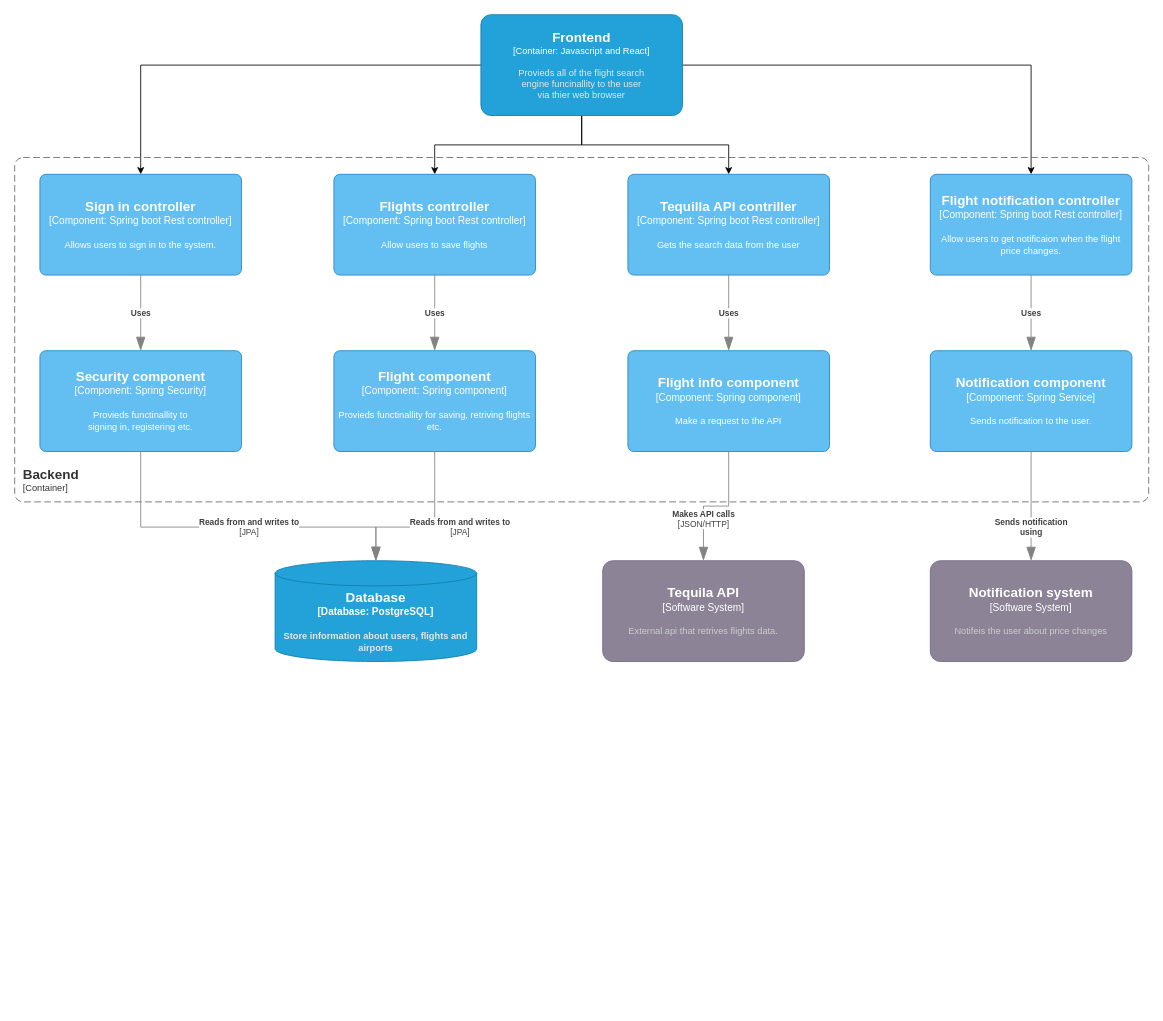
nur1210/flight_search_engine keeps this draw.io diagram as page "C3" (3 of 4) of C4.drawio. Above is the earlier version. Source tidied: cells renumbered, new cells numbered last; positions are measured from the earlier drawing's top-left corner, leaving out a move shared by most shapes. Both pictures are drawn from the tidied source at 84%, with x=0, y=0 at pixel (14, 14).
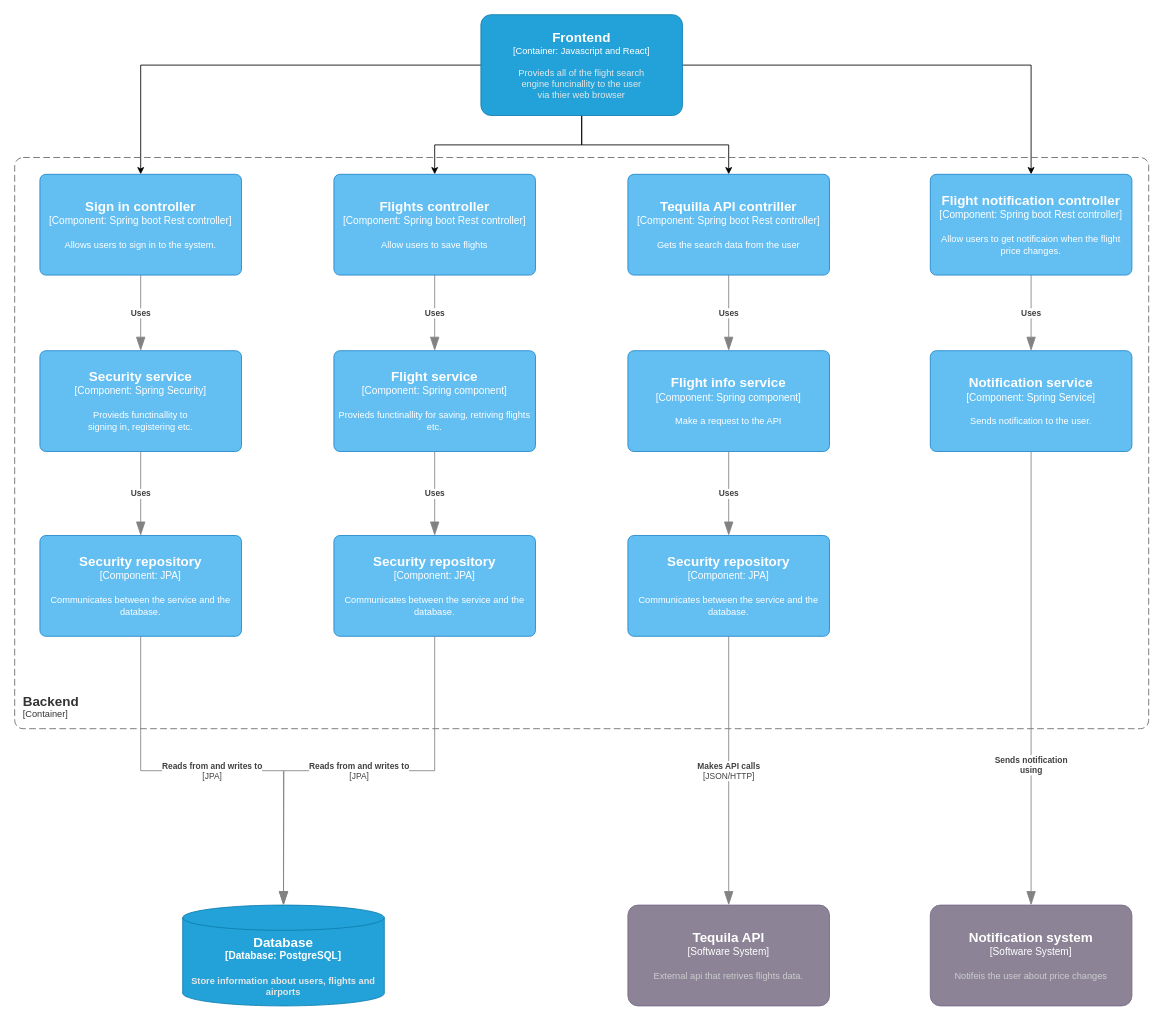
After the change.

What changed in the source:
```diff
@@
     <object id="7" label="&lt;font style=&quot;font-size: 16px&quot;&gt;&lt;b&gt;%c4Type%&lt;/font&gt;&lt;div&gt;[%c4Container%:&amp;nbsp;%c4Technology%]&lt;/div&gt;&lt;br&gt;&lt;div&gt;&lt;font style=&quot;font-size: 11px&quot;&gt;&lt;font color=&quot;#E6E6E6&quot;&gt;%c4Description%&lt;/font&gt;&lt;/div&gt;" c4Container="Database" c4Description="Store information about users, flights and airports" c4Technology="PostgreSQL" c4Type="Database" placeholders="1">
       <mxCell style="shape=cylinder3;size=15;whiteSpace=wrap;html=1;boundedLbl=1;rounded=0;labelBackgroundColor=none;fillColor=#23A2D9;fontSize=12;fontColor=#ffffff;align=center;strokeColor=#0E7DAD;points=[[0.5,0,0],[1,0.25,0],[1,0.5,0],[1,0.75,0],[0.5,1,0],[0,0.75,0],[0,0.5,0],[0,0.25,0]];" parent="1" vertex="1">
-        <mxGeometry x="310" y="650" width="240" height="120" as="geometry" />
+        <mxGeometry x="200" y="1060" width="240" height="120" as="geometry" />
       </mxCell>
     </object>
     <object id="8" label="&lt;font style=&quot;font-size: 16px&quot;&gt;&lt;b&gt;%c4Name%&lt;/b&gt;&lt;/font&gt;&lt;div&gt;[%c4Type%]&lt;/div&gt;&lt;br&gt;&lt;div&gt;&lt;font style=&quot;font-size: 11px&quot;&gt;&lt;font color=&quot;#cccccc&quot;&gt;%c4Description%&lt;/font&gt;&lt;/div&gt;" c4Description="External api that retrives flights data." c4Name="Tequila API" c4Type="Software System" placeholders="1">
       <mxCell style="rounded=1;whiteSpace=wrap;html=1;labelBackgroundColor=none;fillColor=#8C8496;fontColor=#ffffff;align=center;arcSize=10;strokeColor=#736782;points=[[0.25,0,0],[0.5,0,0],[0.75,0,0],[1,0.25,0],[1,0.5,0],[1,0.75,0],[0.75,1,0],[0.5,1,0],[0.25,1,0],[0,0.75,0],[0,0.5,0],[0,0.25,0]];" parent="1" vertex="1">
-        <mxGeometry x="700" y="650" width="240" height="120" as="geometry" />
+        <mxGeometry x="730" y="1060" width="240" height="120" as="geometry" />
       </mxCell>
     </object>
     <object id="9" label="&lt;font style=&quot;font-size: 16px&quot;&gt;&lt;b&gt;%c4Name%&lt;/b&gt;&lt;/font&gt;&lt;div&gt;[%c4Type%]&lt;/div&gt;&lt;br&gt;&lt;div&gt;&lt;font style=&quot;font-size: 11px&quot;&gt;&lt;font color=&quot;#cccccc&quot;&gt;%c4Description%&lt;/font&gt;&lt;/div&gt;" c4Description="Notifeis the user about price changes" c4Name="Notification system" c4Type="Software System" placeholders="1">
       <mxCell style="rounded=1;whiteSpace=wrap;html=1;labelBackgroundColor=none;fillColor=#8C8496;fontColor=#ffffff;align=center;arcSize=10;strokeColor=#736782;points=[[0.25,0,0],[0.5,0,0],[0.75,0,0],[1,0.25,0],[1,0.5,0],[1,0.75,0],[0.75,1,0],[0.5,1,0],[0.25,1,0],[0,0.75,0],[0,0.5,0],[0,0.25,0]];" parent="1" vertex="1">
-        <mxGeometry x="1090" y="650" width="240" height="120" as="geometry" />
+        <mxGeometry x="1090" y="1060" width="240" height="120" as="geometry" />
       </mxCell>
     </object>
@@
-    <object id="11" label="&lt;font style=&quot;font-size: 16px&quot;&gt;&lt;b&gt;%c4Name%&lt;/b&gt;&lt;/font&gt;&lt;div&gt;[%c4Type%: %c4Technology%]&lt;/div&gt;&lt;br&gt;&lt;div&gt;&lt;font style=&quot;font-size: 11px&quot;&gt;%c4Description%&lt;/font&gt;&lt;/div&gt;" c4Description="Provieds functinallity to &#10;signing in, registering etc." c4Name="Security component" c4Technology="Spring Security" c4Type="Component" placeholders="1">
+    <object id="11" label="&lt;font style=&quot;font-size: 16px&quot;&gt;&lt;b&gt;%c4Name%&lt;/b&gt;&lt;/font&gt;&lt;div&gt;[%c4Type%: %c4Technology%]&lt;/div&gt;&lt;br&gt;&lt;div&gt;&lt;font style=&quot;font-size: 11px&quot;&gt;%c4Description%&lt;/font&gt;&lt;/div&gt;" c4Description="Provieds functinallity to &#10;signing in, registering etc." c4Name="Security service" c4Technology="Spring Security" c4Type="Component" placeholders="1">
       <mxCell style="rounded=1;whiteSpace=wrap;html=1;labelBackgroundColor=none;fillColor=#63BEF2;fontColor=#ffffff;align=center;arcSize=6;strokeColor=#2086C9;points=[[0.25,0,0],[0.5,0,0],[0.75,0,0],[1,0.25,0],[1,0.5,0],[1,0.75,0],[0.75,1,0],[0.5,1,0],[0.25,1,0],[0,0.75,0],[0,0.5,0],[0,0.25,0]];" parent="1" vertex="1">
         <mxGeometry x="30" y="400" width="240" height="120" as="geometry" />
       </mxCell>
     </object>
-    <object id="12" label="&lt;font style=&quot;font-size: 16px&quot;&gt;&lt;b&gt;%c4Name%&lt;/b&gt;&lt;/font&gt;&lt;div&gt;[%c4Type%: %c4Technology%]&lt;/div&gt;&lt;br&gt;&lt;div&gt;&lt;font style=&quot;font-size: 11px&quot;&gt;%c4Description%&lt;/font&gt;&lt;/div&gt;" c4Description="Make a request to the API" c4Name="Flight info component" c4Technology="Spring component" c4Type="Component" placeholders="1">
+    <object id="12" label="&lt;font style=&quot;font-size: 16px&quot;&gt;&lt;b&gt;%c4Name%&lt;/b&gt;&lt;/font&gt;&lt;div&gt;[%c4Type%: %c4Technology%]&lt;/div&gt;&lt;br&gt;&lt;div&gt;&lt;font style=&quot;font-size: 11px&quot;&gt;%c4Description%&lt;/font&gt;&lt;/div&gt;" c4Description="Make a request to the API" c4Name="Flight info service" c4Technology="Spring component" c4Type="Component" placeholders="1">
       <mxCell style="rounded=1;whiteSpace=wrap;html=1;labelBackgroundColor=none;fillColor=#63BEF2;fontColor=#ffffff;align=center;arcSize=6;strokeColor=#2086C9;points=[[0.25,0,0],[0.5,0,0],[0.75,0,0],[1,0.25,0],[1,0.5,0],[1,0.75,0],[0.75,1,0],[0.5,1,0],[0.25,1,0],[0,0.75,0],[0,0.5,0],[0,0.25,0]];" parent="1" vertex="1">
         <mxGeometry x="730" y="400" width="240" height="120" as="geometry" />
       </mxCell>
     </object>
@@
-    <object id="15" label="&lt;font style=&quot;font-size: 16px&quot;&gt;&lt;b&gt;%c4Name%&lt;/b&gt;&lt;/font&gt;&lt;div&gt;[%c4Type%: %c4Technology%]&lt;/div&gt;&lt;br&gt;&lt;div&gt;&lt;font style=&quot;font-size: 11px&quot;&gt;%c4Description%&lt;/font&gt;&lt;/div&gt;" c4Description="Sends notification to the user. " c4Name="Notification component" c4Technology="Spring Service" c4Type="Component" placeholders="1">
+    <object id="15" label="&lt;font style=&quot;font-size: 16px&quot;&gt;&lt;b&gt;%c4Name%&lt;/b&gt;&lt;/font&gt;&lt;div&gt;[%c4Type%: %c4Technology%]&lt;/div&gt;&lt;br&gt;&lt;div&gt;&lt;font style=&quot;font-size: 11px&quot;&gt;%c4Description%&lt;/font&gt;&lt;/div&gt;" c4Description="Sends notification to the user. " c4Name="Notification service" c4Technology="Spring Service" c4Type="Component" placeholders="1">
       <mxCell style="rounded=1;whiteSpace=wrap;html=1;labelBackgroundColor=none;fillColor=#63BEF2;fontColor=#ffffff;align=center;arcSize=6;strokeColor=#2086C9;points=[[0.25,0,0],[0.5,0,0],[0.75,0,0],[1,0.25,0],[1,0.5,0],[1,0.75,0],[0.75,1,0],[0.5,1,0],[0.25,1,0],[0,0.75,0],[0,0.5,0],[0,0.25,0]];" parent="1" vertex="1">
         <mxGeometry x="1090" y="400" width="240" height="120" as="geometry" />
       </mxCell>
     </object>
     <object id="16" label="&lt;font style=&quot;font-size: 16px&quot;&gt;&lt;b&gt;&lt;div style=&quot;text-align: left&quot;&gt;%c4Name%&lt;/div&gt;&lt;/b&gt;&lt;/font&gt;&lt;div style=&quot;text-align: left&quot;&gt;[%c4Application%]&lt;/div&gt;" c4Application="Container" c4Name="Backend" placeholders="1">
       <mxCell style="rounded=1;fontSize=11;whiteSpace=wrap;html=1;dashed=1;arcSize=20;fillColor=none;strokeColor=#666666;fontColor=#333333;labelBackgroundColor=none;align=left;verticalAlign=bottom;labelBorderColor=none;spacingTop=0;spacing=10;dashPattern=8 4;perimeter=rectanglePerimeter;noLabel=0;labelPadding=0;absoluteArcSize=1;" parent="1" vertex="1">
-        <mxGeometry y="170" width="1350" height="410" as="geometry" />
+        <mxGeometry y="170" width="1350" height="680" as="geometry" />
       </mxCell>
     </object>
@@
-    <object id="20" label="&lt;div style=&quot;text-align: left&quot;&gt;&lt;div style=&quot;text-align: center&quot;&gt;&lt;b&gt;%c4Description%&lt;/b&gt;&lt;/div&gt;&lt;div style=&quot;text-align: center&quot;&gt;[%c4Technology%]&lt;/div&gt;&lt;/div&gt;" c4Description="Reads from and writes to" c4Technology="JPA" placeholders="1">
-      <mxCell style="endArrow=blockThin;html=1;fontSize=10;fontColor=#404040;strokeWidth=1;endFill=1;strokeColor=#828282;elbow=vertical;endSize=14;startSize=14;jumpStyle=arc;jumpSize=16;rounded=0;edgeStyle=orthogonalEdgeStyle;exitX=0.5;exitY=1;exitDx=0;exitDy=0;exitPerimeter=0;entryX=0.5;entryY=0;entryDx=0;entryDy=0;entryPerimeter=0;" parent="1" edge="1" source="11" target="7">
-        <mxGeometry x="0.07" relative="1" as="geometry">
-          <Array as="points">
-            <mxPoint x="150" y="610" />
-            <mxPoint x="430" y="610" />
-          </Array>
-        </mxGeometry>
-      </mxCell>
-    </object>
-    <object id="21" label="&lt;div style=&quot;text-align: left&quot;&gt;&lt;div style=&quot;text-align: center&quot;&gt;&lt;b&gt;%c4Description%&lt;/b&gt;&lt;/div&gt;&lt;div style=&quot;text-align: center&quot;&gt;[%c4Technology%]&lt;/div&gt;&lt;/div&gt;" c4Description="Makes API calls" c4Technology="JSON/HTTP" placeholders="1">
-      <mxCell style="endArrow=blockThin;html=1;fontSize=10;fontColor=#404040;strokeWidth=1;endFill=1;strokeColor=#828282;elbow=vertical;endSize=14;startSize=14;jumpStyle=arc;jumpSize=16;rounded=0;edgeStyle=orthogonalEdgeStyle;exitX=0.5;exitY=1;exitDx=0;exitDy=0;exitPerimeter=0;entryX=0.5;entryY=0;entryDx=0;entryDy=0;entryPerimeter=0;" parent="1" edge="1" source="12" target="8">
-        <mxGeometry x="0.38" relative="1" as="geometry" />
-      </mxCell>
-    </object>
@@
-    <object id="24" label="&lt;font style=&quot;font-size: 16px&quot;&gt;&lt;b&gt;%c4Name%&lt;/b&gt;&lt;/font&gt;&lt;div&gt;[%c4Type%: %c4Technology%]&lt;/div&gt;&lt;br&gt;&lt;div&gt;&lt;font style=&quot;font-size: 11px&quot;&gt;%c4Description%&lt;/font&gt;&lt;/div&gt;" c4Description="Provieds functinallity for saving, retriving flights etc." c4Name="Flight component" c4Technology="Spring component" c4Type="Component" placeholders="1">
+    <object id="24" label="&lt;font style=&quot;font-size: 16px&quot;&gt;&lt;b&gt;%c4Name%&lt;/b&gt;&lt;/font&gt;&lt;div&gt;[%c4Type%: %c4Technology%]&lt;/div&gt;&lt;br&gt;&lt;div&gt;&lt;font style=&quot;font-size: 11px&quot;&gt;%c4Description%&lt;/font&gt;&lt;/div&gt;" c4Description="Provieds functinallity for saving, retriving flights etc." c4Name="Flight service" c4Technology="Spring component" c4Type="Component" placeholders="1">
       <mxCell style="rounded=1;whiteSpace=wrap;html=1;labelBackgroundColor=none;fillColor=#63BEF2;fontColor=#ffffff;align=center;arcSize=6;strokeColor=#2086C9;points=[[0.25,0,0],[0.5,0,0],[0.75,0,0],[1,0.25,0],[1,0.5,0],[1,0.75,0],[0.75,1,0],[0.5,1,0],[0.25,1,0],[0,0.75,0],[0,0.5,0],[0,0.25,0]];" parent="1" vertex="1">
         <mxGeometry x="380" y="400" width="240" height="120" as="geometry" />
       </mxCell>
     </object>
-    <object id="25" label="&lt;div style=&quot;text-align: left&quot;&gt;&lt;div style=&quot;text-align: center&quot;&gt;&lt;b&gt;%c4Description%&lt;/b&gt;&lt;/div&gt;&lt;div style=&quot;text-align: center&quot;&gt;[%c4Technology%]&lt;/div&gt;&lt;/div&gt;" c4Description="Reads from and writes to" c4Technology="JPA" placeholders="1">
-      <mxCell style="endArrow=blockThin;html=1;fontSize=10;fontColor=#404040;strokeWidth=1;endFill=1;strokeColor=#828282;elbow=vertical;endSize=14;startSize=14;jumpStyle=arc;jumpSize=16;rounded=0;edgeStyle=orthogonalEdgeStyle;exitX=0.5;exitY=1;exitDx=0;exitDy=0;exitPerimeter=0;entryX=0.5;entryY=0;entryDx=0;entryDy=0;entryPerimeter=0;" parent="1" edge="1" source="24" target="7">
-        <mxGeometry x="-0.1" y="-30" relative="1" as="geometry">
-          <Array as="points">
-            <mxPoint x="500" y="610" />
-            <mxPoint x="430" y="610" />
-          </Array>
-          <mxPoint x="30" y="30" as="offset" />
-        </mxGeometry>
-      </mxCell>
-    </object>
@@
+    <object id="27" label="&lt;font style=&quot;font-size: 16px&quot;&gt;&lt;b&gt;%c4Name%&lt;/b&gt;&lt;/font&gt;&lt;div&gt;[%c4Type%: %c4Technology%]&lt;/div&gt;&lt;br&gt;&lt;div&gt;&lt;font style=&quot;font-size: 11px&quot;&gt;%c4Description%&lt;/font&gt;&lt;/div&gt;" c4Description="Communicates between the service and the database." c4Name="Security repository" c4Technology="JPA" c4Type="Component" placeholders="1">
+      <mxCell style="rounded=1;whiteSpace=wrap;html=1;labelBackgroundColor=none;fillColor=#63BEF2;fontColor=#ffffff;align=center;arcSize=6;strokeColor=#2086C9;points=[[0.25,0,0],[0.5,0,0],[0.75,0,0],[1,0.25,0],[1,0.5,0],[1,0.75,0],[0.75,1,0],[0.5,1,0],[0.25,1,0],[0,0.75,0],[0,0.5,0],[0,0.25,0]];" parent="1" vertex="1">
+        <mxGeometry x="30" y="620" width="240" height="120" as="geometry" />
+      </mxCell>
+    </object>
+    <object id="28" label="&lt;font style=&quot;font-size: 16px&quot;&gt;&lt;b&gt;%c4Name%&lt;/b&gt;&lt;/font&gt;&lt;div&gt;[%c4Type%: %c4Technology%]&lt;/div&gt;&lt;br&gt;&lt;div&gt;&lt;font style=&quot;font-size: 11px&quot;&gt;%c4Description%&lt;/font&gt;&lt;/div&gt;" c4Description="Communicates between the service and the database." c4Name="Security repository" c4Technology="JPA" c4Type="Component" placeholders="1">
+      <mxCell style="rounded=1;whiteSpace=wrap;html=1;labelBackgroundColor=none;fillColor=#63BEF2;fontColor=#ffffff;align=center;arcSize=6;strokeColor=#2086C9;points=[[0.25,0,0],[0.5,0,0],[0.75,0,0],[1,0.25,0],[1,0.5,0],[1,0.75,0],[0.75,1,0],[0.5,1,0],[0.25,1,0],[0,0.75,0],[0,0.5,0],[0,0.25,0]];" parent="1" vertex="1">
+        <mxGeometry x="380" y="620" width="240" height="120" as="geometry" />
+      </mxCell>
+    </object>
+    <object id="29" label="&lt;font style=&quot;font-size: 16px&quot;&gt;&lt;b&gt;%c4Name%&lt;/b&gt;&lt;/font&gt;&lt;div&gt;[%c4Type%: %c4Technology%]&lt;/div&gt;&lt;br&gt;&lt;div&gt;&lt;font style=&quot;font-size: 11px&quot;&gt;%c4Description%&lt;/font&gt;&lt;/div&gt;" c4Description="Communicates between the service and the database." c4Name="Security repository" c4Technology="JPA" c4Type="Component" placeholders="1">
+      <mxCell style="rounded=1;whiteSpace=wrap;html=1;labelBackgroundColor=none;fillColor=#63BEF2;fontColor=#ffffff;align=center;arcSize=6;strokeColor=#2086C9;points=[[0.25,0,0],[0.5,0,0],[0.75,0,0],[1,0.25,0],[1,0.5,0],[1,0.75,0],[0.75,1,0],[0.5,1,0],[0.25,1,0],[0,0.75,0],[0,0.5,0],[0,0.25,0]];" parent="1" vertex="1">
+        <mxGeometry x="730" y="620" width="240" height="120" as="geometry" />
+      </mxCell>
+    </object>
+    <object id="30" label="&lt;div style=&quot;text-align: left&quot;&gt;&lt;div style=&quot;text-align: center&quot;&gt;&lt;b&gt;%c4Description%&lt;/b&gt;&lt;/div&gt;" c4Description="Uses" placeholders="1">
+      <mxCell style="endArrow=blockThin;html=1;fontSize=10;fontColor=#404040;strokeWidth=1;endFill=1;strokeColor=#828282;elbow=vertical;endSize=14;startSize=14;jumpStyle=arc;jumpSize=16;rounded=0;edgeStyle=orthogonalEdgeStyle;exitX=0.5;exitY=1;exitDx=0;exitDy=0;exitPerimeter=0;entryX=0.5;entryY=0;entryDx=0;entryDy=0;entryPerimeter=0;" parent="1" edge="1" source="11" target="27">
+        <mxGeometry relative="1" as="geometry" />
+      </mxCell>
+    </object>
+    <object id="31" label="&lt;div style=&quot;text-align: left&quot;&gt;&lt;div style=&quot;text-align: center&quot;&gt;&lt;b&gt;%c4Description%&lt;/b&gt;&lt;/div&gt;" c4Description="Uses" placeholders="1">
+      <mxCell style="endArrow=blockThin;html=1;fontSize=10;fontColor=#404040;strokeWidth=1;endFill=1;strokeColor=#828282;elbow=vertical;endSize=14;startSize=14;jumpStyle=arc;jumpSize=16;rounded=0;edgeStyle=orthogonalEdgeStyle;exitX=0.5;exitY=1;exitDx=0;exitDy=0;exitPerimeter=0;entryX=0.5;entryY=0;entryDx=0;entryDy=0;entryPerimeter=0;" parent="1" edge="1" source="24" target="28">
+        <mxGeometry relative="1" as="geometry" />
+      </mxCell>
+    </object>
+    <object id="32" label="&lt;div style=&quot;text-align: left&quot;&gt;&lt;div style=&quot;text-align: center&quot;&gt;&lt;b&gt;%c4Description%&lt;/b&gt;&lt;/div&gt;" c4Description="Uses" placeholders="1">
+      <mxCell style="endArrow=blockThin;html=1;fontSize=10;fontColor=#404040;strokeWidth=1;endFill=1;strokeColor=#828282;elbow=vertical;endSize=14;startSize=14;jumpStyle=arc;jumpSize=16;rounded=0;edgeStyle=orthogonalEdgeStyle;exitX=0.5;exitY=1;exitDx=0;exitDy=0;exitPerimeter=0;entryX=0.5;entryY=0;entryDx=0;entryDy=0;entryPerimeter=0;" parent="1" edge="1" source="12" target="29">
+        <mxGeometry relative="1" as="geometry" />
+      </mxCell>
+    </object>
+    <object id="33" label="&lt;div style=&quot;text-align: left&quot;&gt;&lt;div style=&quot;text-align: center&quot;&gt;&lt;b&gt;%c4Description%&lt;/b&gt;&lt;/div&gt;&lt;div style=&quot;text-align: center&quot;&gt;[%c4Technology%]&lt;/div&gt;&lt;/div&gt;" c4Description="Reads from and writes to" c4Technology="JPA" placeholders="1">
+      <mxCell style="endArrow=blockThin;html=1;fontSize=10;fontColor=#404040;strokeWidth=1;endFill=1;strokeColor=#828282;elbow=vertical;endSize=14;startSize=14;jumpStyle=arc;jumpSize=16;rounded=0;edgeStyle=orthogonalEdgeStyle;exitX=0.5;exitY=1;exitDx=0;exitDy=0;exitPerimeter=0;entryX=0.5;entryY=0;entryDx=0;entryDy=0;entryPerimeter=0;" parent="1" edge="1" source="27" target="7">
+        <mxGeometry relative="1" as="geometry" />
+      </mxCell>
+    </object>
+    <object id="34" label="&lt;div style=&quot;text-align: left&quot;&gt;&lt;div style=&quot;text-align: center&quot;&gt;&lt;b&gt;%c4Description%&lt;/b&gt;&lt;/div&gt;&lt;div style=&quot;text-align: center&quot;&gt;[%c4Technology%]&lt;/div&gt;&lt;/div&gt;" c4Description="Reads from and writes to" c4Technology="JPA" placeholders="1">
+      <mxCell style="endArrow=blockThin;html=1;fontSize=10;fontColor=#404040;strokeWidth=1;endFill=1;strokeColor=#828282;elbow=vertical;endSize=14;startSize=14;jumpStyle=arc;jumpSize=16;rounded=0;edgeStyle=orthogonalEdgeStyle;exitX=0.5;exitY=1;exitDx=0;exitDy=0;exitPerimeter=0;" parent="1" edge="1" source="28">
+        <mxGeometry relative="1" as="geometry">
+          <mxPoint x="320" y="1060" as="targetPoint" />
+        </mxGeometry>
+      </mxCell>
+    </object>
+    <object id="21" label="&lt;div style=&quot;text-align: left&quot;&gt;&lt;div style=&quot;text-align: center&quot;&gt;&lt;b&gt;%c4Description%&lt;/b&gt;&lt;/div&gt;&lt;div style=&quot;text-align: center&quot;&gt;[%c4Technology%]&lt;/div&gt;&lt;/div&gt;" c4Description="Makes API calls" c4Technology="JSON/HTTP" placeholders="1">
+      <mxCell style="endArrow=blockThin;html=1;fontSize=10;fontColor=#404040;strokeWidth=1;endFill=1;strokeColor=#828282;elbow=vertical;endSize=14;startSize=14;jumpStyle=arc;jumpSize=16;rounded=0;edgeStyle=orthogonalEdgeStyle;exitX=0.5;exitY=1;exitDx=0;exitDy=0;exitPerimeter=0;entryX=0.5;entryY=0;entryDx=0;entryDy=0;entryPerimeter=0;" parent="1" edge="1" source="29" target="8">
+        <mxGeometry relative="1" as="geometry" />
+      </mxCell>
+    </object>
```
